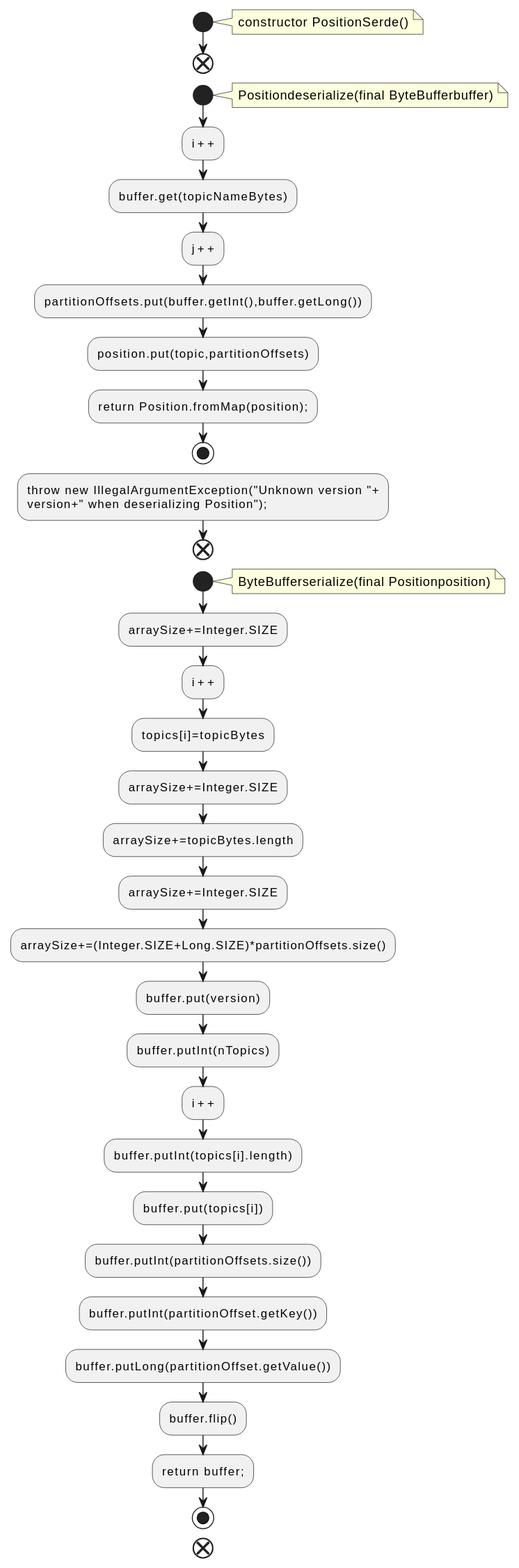
Before: docs/qc/streams/src/main/java/org/apache/kafka/streams/state/internals/PositionSerde.java.fct.svg, a diagram exported from PlantUML (qualitesys/kafka). Its diagram source:
```plantuml
@startuml
!pragma layout smetana
start
note right
constructor PositionSerde()
end note
end
start
note right
Positiondeserialize(final ByteBufferbuffer)
end note
:i++;
:buffer.get(topicNameBytes);
:j++;
:partitionOffsets.put(buffer.getInt(),buffer.getLong());
:position.put(topic,partitionOffsets);
:return Position.fromMap(position);;
stop
:throw new IllegalArgumentException("Unknown version "+
version+" when deserializing Position");;
end
start
note right
ByteBufferserialize(final Positionposition)
end note
:arraySize+=Integer.SIZE;
:i++;
:topics[i]=topicBytes;
:arraySize+=Integer.SIZE;
:arraySize+=topicBytes.length;
:arraySize+=Integer.SIZE;
:arraySize+=(Integer.SIZE+Long.SIZE)*partitionOffsets.size();
:buffer.put(version);
:buffer.putInt(nTopics);
:i++;
:buffer.putInt(topics[i].length);
:buffer.put(topics[i]);
:buffer.putInt(partitionOffsets.size());
:buffer.putInt(partitionOffset.getKey());
:buffer.putLong(partitionOffset.getValue());
:buffer.flip();
:return buffer;;
stop
end
@enduml
```
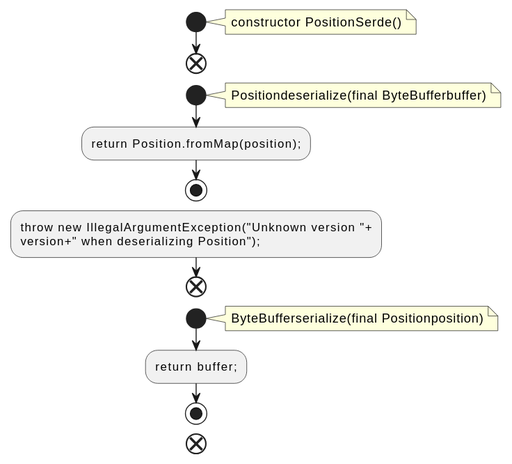
After the change.

What changed in the source:
```diff
@@ -9,11 +9,6 @@
 note right
 Positiondeserialize(final ByteBufferbuffer)
 end note
-:i++;
-:buffer.get(topicNameBytes);
-:j++;
-:partitionOffsets.put(buffer.getInt(),buffer.getLong());
-:position.put(topic,partitionOffsets);
 :return Position.fromMap(position);;
 stop
 :throw new IllegalArgumentException("Unknown version "+
@@ -23,22 +18,6 @@
 note right
 ByteBufferserialize(final Positionposition)
 end note
-:arraySize+=Integer.SIZE;
-:i++;
-:topics[i]=topicBytes;
-:arraySize+=Integer.SIZE;
-:arraySize+=topicBytes.length;
-:arraySize+=Integer.SIZE;
-:arraySize+=(Integer.SIZE+Long.SIZE)*partitionOffsets.size();
-:buffer.put(version);
-:buffer.putInt(nTopics);
-:i++;
-:buffer.putInt(topics[i].length);
-:buffer.put(topics[i]);
-:buffer.putInt(partitionOffsets.size());
-:buffer.putInt(partitionOffset.getKey());
-:buffer.putLong(partitionOffset.getValue());
-:buffer.flip();
 :return buffer;;
 stop
 end
```
